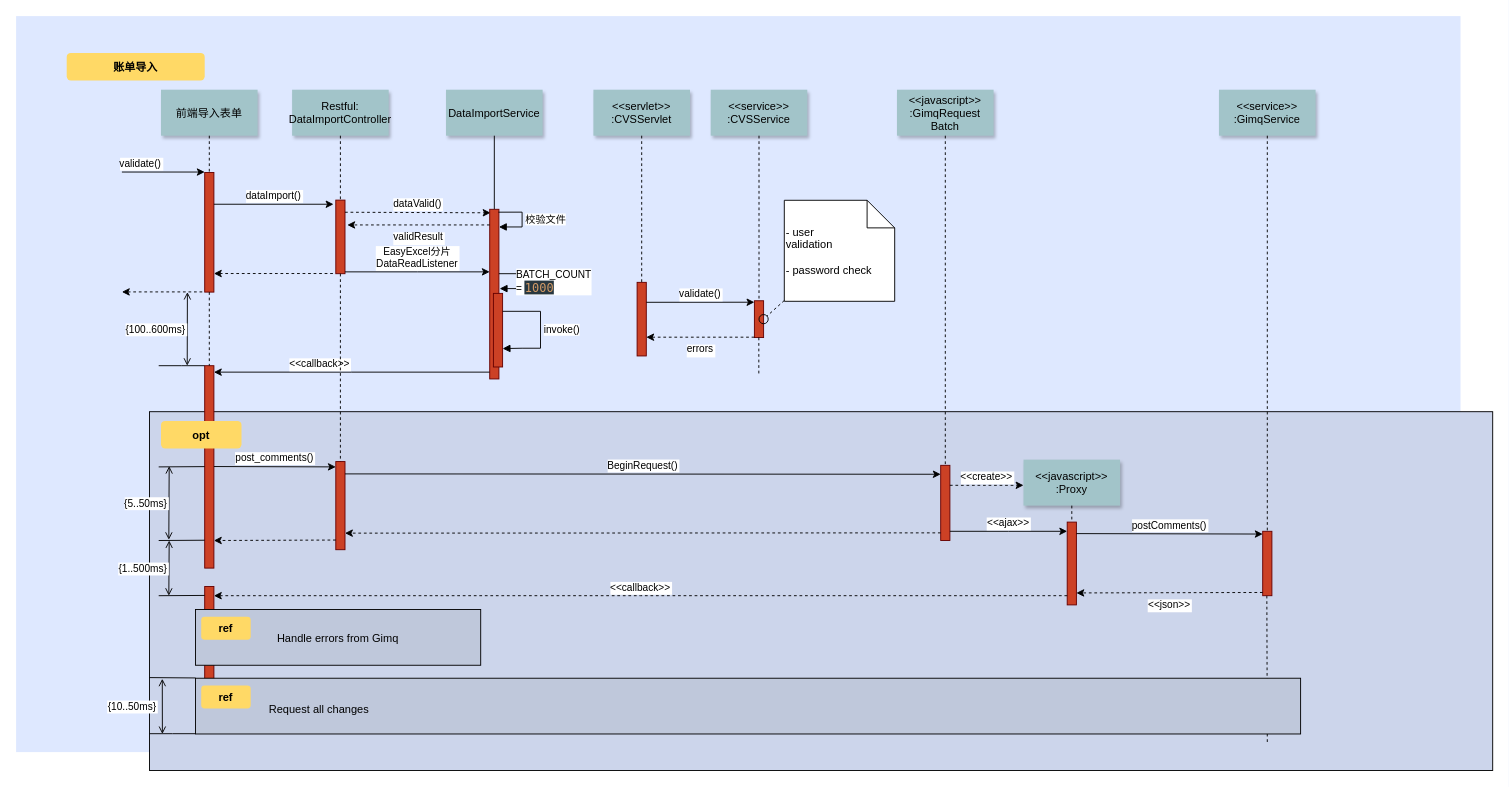
Before: 渠道账单导入.drawio in unclequentin/diagrams, a draw.io diagram. Source tidied: cells renumbered, new cells numbered last; positions are measured from the earlier drawing's top-left corner, leaving out a move shared by most shapes. Both pictures are drawn from the tidied source at 92%, with x=0, y=0 at pixel (16, 16).
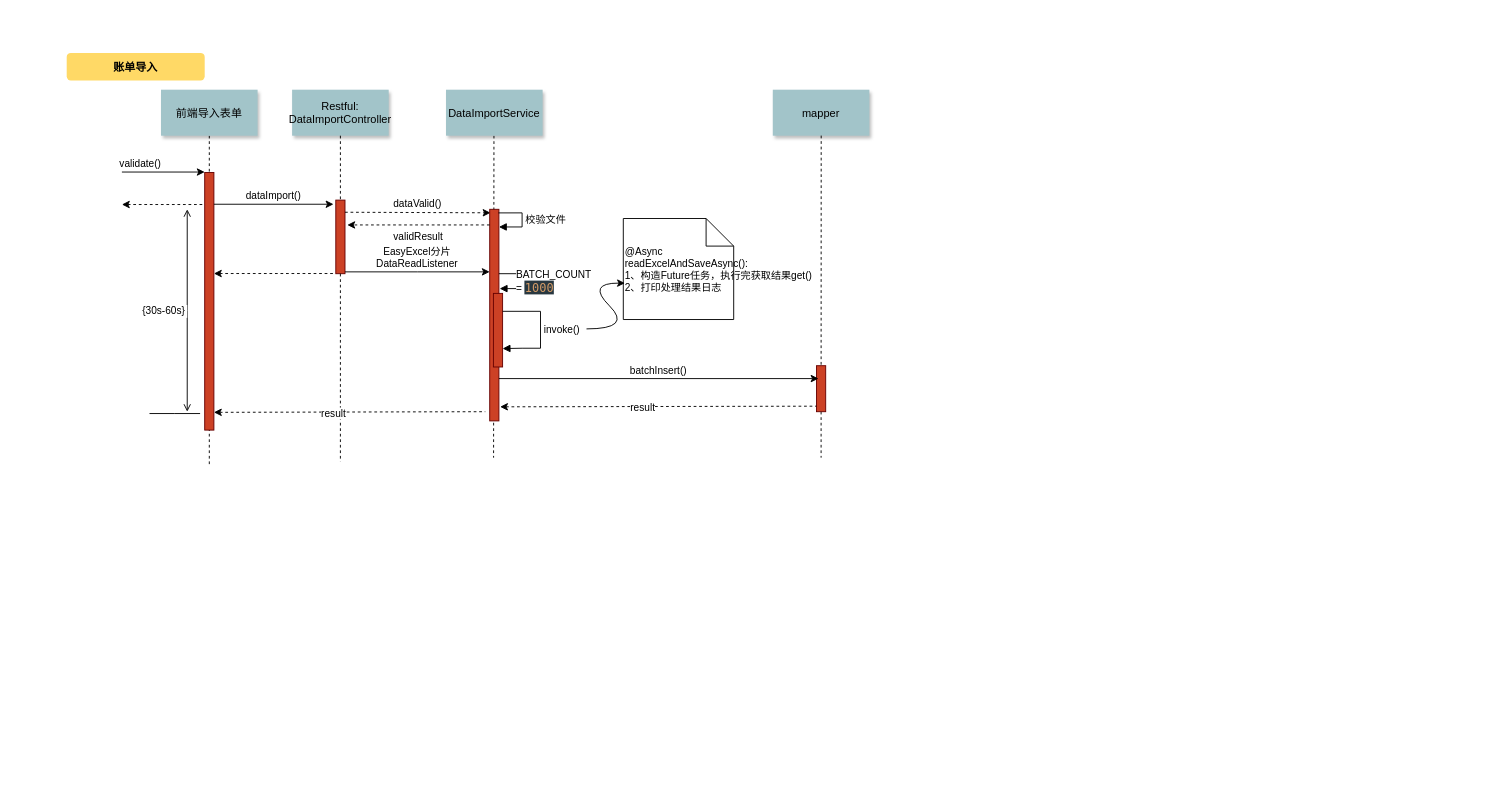
After the change.

Commit message (it also covers changes not shown here):
更新渠道账单导入.drawio

The change refers to these unchanged cells:
```xml
<mxCell id="7" value="前端导入表单" style="shadow=1;fillColor=#A2C4C9;strokeColor=none;" parent="1" vertex="1">
  <mxGeometry x="157.5" y="80" width="105" height="50" as="geometry" />
</mxCell>
<mxCell id="8" style="fillColor=#CC4125;strokeColor=#660000;" parent="1" vertex="1">
  <mxGeometry x="347.5" y="200" width="10" height="80" as="geometry" />
</mxCell>
<mxCell id="15" value="DataImportService" style="shadow=1;fillColor=#A2C4C9;strokeColor=none;" parent="1" vertex="1">
  <mxGeometry x="467.3" y="80" width="105" height="50" as="geometry" />
</mxCell>
```

What changed in the source:
```diff
@@
-    <mxCell id="2" style="fillColor=#DEE8FF;strokeColor=none;" parent="1" vertex="1">
-      <mxGeometry width="1570" height="800" as="geometry" />
-    </mxCell>
-    <mxCell id="3" style="fillColor=#CCD5EB;" parent="1" vertex="1">
-      <mxGeometry x="145" y="430" width="1460" height="390" as="geometry" />
-    </mxCell>
-    <mxCell id="4" style="edgeStyle=elbowEdgeStyle;elbow=horizontal;endArrow=none;dashed=1;rounded=0;" parent="1" edge="1">
-      <mxGeometry x="1565" y="527.9" as="geometry">
-        <mxPoint x="1359.5" y="630" as="sourcePoint" />
-        <mxPoint x="1359.5" y="790" as="targetPoint" />
-      </mxGeometry>
-    </mxCell>
+    <mxCell id="26" style="edgeStyle=elbowEdgeStyle;elbow=horizontal;endArrow=none;dashed=1;rounded=0;" parent="1" edge="1" source="7">
+      <mxGeometry x="335" y="400" as="geometry">
+        <mxPoint x="210" y="490" as="targetPoint" />
+      </mxGeometry>
+    </mxCell>
+    <mxCell id="78" style="edgeStyle=none;endArrow=none;dashed=1;rounded=0;" parent="1" edge="1" source="84">
+      <mxGeometry x="899.4" y="254.9" as="geometry">
+        <mxPoint x="875" y="480" as="targetPoint" />
+      </mxGeometry>
+    </mxCell>
+    <mxCell id="79" style="edgeStyle=none;endArrow=none;dashed=1;rounded=0;" parent="1" edge="1">
+      <mxGeometry x="543.8" y="255" as="geometry">
+        <mxPoint x="519.4" y="130" as="sourcePoint" />
+        <mxPoint x="519" y="480" as="targetPoint" />
+      </mxGeometry>
+    </mxCell>
     <mxCell id="5" style="fillColor=#CC4125;strokeColor=#660000;" parent="1" vertex="1">
-      <mxGeometry x="205" y="170" width="10" height="130" as="geometry" />
+      <mxGeometry x="205" y="170" width="10" height="280" as="geometry" />
     </mxCell>
@@
     <mxCell id="13" style="edgeStyle=none;verticalLabelPosition=top;verticalAlign=bottom;labelPosition=left;align=right;endArrow=none;startArrow=classic;dashed=1;rounded=0;" parent="1" edge="1">
-      <mxGeometry x="215" y="269.8" as="geometry">
-        <mxPoint x="115" y="299.8" as="sourcePoint" />
-        <mxPoint x="205" y="299.8" as="targetPoint" />
+      <mxGeometry x="215" y="174.8" as="geometry">
+        <mxPoint x="115" y="204.8" as="sourcePoint" />
+        <mxPoint x="205" y="204.8" as="targetPoint" />
       </mxGeometry>
     </mxCell>
@@
-    <mxCell id="16" style="edgeStyle=none;endArrow=none;rounded=0;" parent="1" edge="1" source="15" target="17">
-      <mxGeometry x="542" y="360" as="geometry" />
-    </mxCell>
     <mxCell id="17" style="fillColor=#CC4125;strokeColor=#660000;" parent="1" vertex="1">
-      <mxGeometry x="514.8" y="210" width="10" height="184.4" as="geometry" />
+      <mxGeometry x="514.8" y="210" width="10" height="230" as="geometry" />
     </mxCell>
@@
-    <mxCell id="19" style="fillColor=#CC4125;strokeColor=#660000;" parent="1" vertex="1">
-      <mxGeometry x="675" y="289.4" width="10" height="80" as="geometry" />
-    </mxCell>
-    <mxCell id="20" value="&lt;&lt;servlet&gt;&gt;&#10;:CVSServlet" style="shadow=1;fillColor=#A2C4C9;strokeColor=none;" parent="1" vertex="1">
-      <mxGeometry x="627.5" y="80" width="105" height="50" as="geometry" />
-    </mxCell>
-    <mxCell id="21" style="edgeStyle=none;endArrow=none;dashed=1;rounded=0;" parent="1" edge="1" source="20" target="19">
-      <mxGeometry x="719.5" y="265" as="geometry" />
-    </mxCell>
-    <mxCell id="22" value="&lt;&lt;service&gt;&gt;&#10;:CVSService" style="shadow=1;fillColor=#A2C4C9;strokeColor=none;" parent="1" vertex="1">
-      <mxGeometry x="755" y="80" width="105" height="50" as="geometry" />
-    </mxCell>
-    <mxCell id="23" style="edgeStyle=none;endArrow=none;dashed=1;rounded=0;" parent="1" edge="1" source="22" target="24">
-      <mxGeometry x="832.3" y="255" as="geometry" />
-    </mxCell>
-    <mxCell id="24" style="fillColor=#CC4125;strokeColor=#660000;" parent="1" vertex="1">
-      <mxGeometry x="802.5" y="309.4" width="10" height="40" as="geometry" />
-    </mxCell>
-    <mxCell id="25" value="&lt;&lt;javascript&gt;&gt;&#10;:GimqRequest&#10;Batch" style="shadow=1;fillColor=#A2C4C9;strokeColor=none;" parent="1" vertex="1">
-      <mxGeometry x="957.5" y="80" width="105" height="50" as="geometry" />
-    </mxCell>
-    <mxCell id="26" style="edgeStyle=elbowEdgeStyle;elbow=horizontal;endArrow=none;dashed=1;rounded=0;" parent="1" edge="1" source="7" target="5">
-      <mxGeometry x="335" y="400" as="geometry" />
-    </mxCell>
-    <mxCell id="27" value="validate()" style="edgeStyle=elbowEdgeStyle;elbow=vertical;verticalLabelPosition=top;verticalAlign=bottom;rounded=0;" parent="1" edge="1">
-      <mxGeometry x="655" y="351.7" as="geometry">
-        <mxPoint x="685" y="311.1" as="sourcePoint" />
-        <mxPoint x="802.5" y="311.1" as="targetPoint" />
-      </mxGeometry>
-    </mxCell>
-    <mxCell id="28" value="errors" style="edgeStyle=elbowEdgeStyle;elbow=vertical;dashed=1;verticalLabelPosition=bottom;verticalAlign=top;rounded=0;" parent="1" edge="1">
-      <mxGeometry x="665" y="399.7" as="geometry">
-        <mxPoint x="802.5" y="349" as="sourcePoint" />
-        <mxPoint x="685" y="349" as="targetPoint" />
-      </mxGeometry>
-    </mxCell>
-    <mxCell id="29" style="edgeStyle=elbowEdgeStyle;elbow=horizontal;endArrow=none;dashed=1;rounded=0;" parent="1" edge="1">
-      <mxGeometry x="1037.3" y="330" as="geometry">
-        <mxPoint x="807.3" y="349.4" as="sourcePoint" />
-        <mxPoint x="807.3" y="390" as="targetPoint" />
-        <Array as="points">
-          <mxPoint x="807.3" y="370" />
-        </Array>
-      </mxGeometry>
-    </mxCell>
-    <mxCell id="30" style="ellipse;fillColor=none;" parent="1" vertex="1">
-      <mxGeometry x="807.5" y="324.4" width="10" height="10" as="geometry" />
-    </mxCell>
-    <mxCell id="31" value=" - user&#10; validation&#10;&#10; - password check" style="shape=note;align=left;" parent="1" vertex="1">
-      <mxGeometry x="835" y="200.2" width="120" height="109.8" as="geometry" />
-    </mxCell>
-    <mxCell id="32" style="edgeStyle=none;endArrow=none;dashed=1;rounded=0;" parent="1" edge="1" source="31" target="30">
-      <mxGeometry x="1135" y="270" as="geometry" />
-    </mxCell>
-    <mxCell id="33" style="fillColor=#CC4125;strokeColor=#660000;" parent="1" vertex="1">
-      <mxGeometry x="205" y="380" width="10" height="220" as="geometry" />
-    </mxCell>
-    <mxCell id="34" value="             &lt;&lt;callback&gt;&gt;                                " style="edgeStyle=elbowEdgeStyle;elbow=vertical;dashed=0;verticalLabelPosition=top;verticalAlign=bottom;align=right;rounded=0;" parent="1" edge="1" source="17" target="33">
-      <mxGeometry x="295" y="419.8" as="geometry" />
-    </mxCell>
-    <mxCell id="35" style="edgeStyle=none;dashed=1;endArrow=none;rounded=0;" parent="1" edge="1" source="5" target="33">
-      <mxGeometry x="155" y="390" as="geometry" />
-    </mxCell>
-    <mxCell id="36" style="edgeStyle=elbowEdgeStyle;elbow=vertical;endArrow=none;rounded=0;" parent="1" edge="1" source="33">
-      <mxGeometry x="165" y="400" as="geometry">
-        <mxPoint x="155" y="380" as="targetPoint" />
+    <mxCell id="36" style="edgeStyle=elbowEdgeStyle;elbow=vertical;endArrow=none;rounded=0;" parent="1" edge="1">
+      <mxGeometry x="155" y="452" as="geometry">
+        <mxPoint x="200" y="432" as="sourcePoint" />
+        <mxPoint x="145" y="432" as="targetPoint" />
       </mxGeometry>
     </mxCell>
-    <mxCell id="37" value="{100..600ms}" style="edgeStyle=elbowEdgeStyle;elbow=horizontal;startArrow=open;endArrow=open;labelPosition=left;align=right;rounded=0;" parent="1" edge="1">
-      <mxGeometry x="166.2" y="380" as="geometry">
-        <mxPoint x="186.2" y="300" as="sourcePoint" />
-        <mxPoint x="186.2" y="380" as="targetPoint" />
+    <mxCell id="37" value="{30s-60s}" style="edgeStyle=elbowEdgeStyle;elbow=horizontal;startArrow=open;endArrow=open;labelPosition=left;align=right;rounded=0;" parent="1" edge="1">
+      <mxGeometry x="166.2" y="319" as="geometry">
+        <mxPoint x="186" y="210" as="sourcePoint" />
+        <mxPoint x="186" y="430" as="targetPoint" />
       </mxGeometry>
     </mxCell>
-    <mxCell id="38" style="fillColor=#CC4125;strokeColor=#660000;" parent="1" vertex="1">
-      <mxGeometry x="347.5" y="484.2" width="10" height="95.8" as="geometry" />
-    </mxCell>
-    <mxCell id="39" style="fillColor=#CC4125;strokeColor=#660000;" parent="1" vertex="1">
-      <mxGeometry x="1005" y="488.3" width="10" height="81.7" as="geometry" />
-    </mxCell>
-    <mxCell id="40" style="edgeStyle=none;endArrow=none;dashed=1;rounded=0;" parent="1" edge="1" source="25" target="39">
-      <mxGeometry x="1061.6" y="295" as="geometry" />
-    </mxCell>
-    <mxCell id="41" value="post_comments()" style="edgeStyle=elbowEdgeStyle;elbow=vertical;verticalLabelPosition=top;verticalAlign=bottom;rounded=0;" parent="1" edge="1">
-      <mxGeometry x="317.5" y="559.6" as="geometry">
-        <mxPoint x="215" y="489.6" as="sourcePoint" />
-        <mxPoint x="347.5" y="489.6" as="targetPoint" />
-      </mxGeometry>
-    </mxCell>
-    <mxCell id="42" style="edgeStyle=none;endArrow=none;dashed=1;rounded=0;" parent="1" edge="1" source="8" target="38">
-      <mxGeometry x="481.6" y="429.7" as="geometry" />
+    <mxCell id="42" style="edgeStyle=none;endArrow=none;dashed=1;rounded=0;" parent="1" edge="1" source="8">
+      <mxGeometry x="481.6" y="429.7" as="geometry">
+        <mxPoint x="352.5" y="484.2" as="targetPoint" />
+      </mxGeometry>
     </mxCell>
-    <mxCell id="43" value="BeginRequest()" style="edgeStyle=elbowEdgeStyle;elbow=vertical;verticalLabelPosition=top;verticalAlign=bottom;rounded=0;" parent="1" edge="1">
-      <mxGeometry x="635" y="526.8" as="geometry">
-        <mxPoint x="357.5" y="497.6" as="sourcePoint" />
-        <mxPoint x="1005" y="497.6" as="targetPoint" />
-      </mxGeometry>
-    </mxCell>
-    <mxCell id="44" style="edgeStyle=elbowEdgeStyle;elbow=vertical;dashed=1;verticalLabelPosition=bottom;verticalAlign=top;rounded=0;" parent="1" edge="1">
-      <mxGeometry x="635" y="639.1" as="geometry">
-        <mxPoint x="1005" y="561.7" as="sourcePoint" />
-        <mxPoint x="357.5" y="561.7" as="targetPoint" />
-      </mxGeometry>
-    </mxCell>
-    <mxCell id="45" value="&lt;&lt;javascript&gt;&gt;&#10;:Proxy" style="shadow=1;fillColor=#A2C4C9;strokeColor=none;" parent="1" vertex="1">
-      <mxGeometry x="1095" y="482.1" width="105" height="50" as="geometry" />
-    </mxCell>
-    <mxCell id="46" style="edgeStyle=none;endArrow=none;dashed=1;rounded=0;" parent="1" edge="1" source="45" target="47">
-      <mxGeometry x="1309.1" y="470.1" as="geometry" />
-    </mxCell>
-    <mxCell id="47" style="fillColor=#CC4125;strokeColor=#660000;" parent="1" vertex="1">
-      <mxGeometry x="1142.5" y="550" width="10" height="90" as="geometry" />
-    </mxCell>
-    <mxCell id="48" style="fillColor=#CC4125;strokeColor=#660000;" parent="1" vertex="1">
-      <mxGeometry x="1355" y="560" width="10" height="70" as="geometry" />
-    </mxCell>
-    <mxCell id="49" value="&lt;&lt;create&gt;&gt;" style="edgeStyle=elbowEdgeStyle;elbow=vertical;verticalLabelPosition=top;verticalAlign=bottom;dashed=1;rounded=0;" parent="1" edge="1" source="39" target="45">
-      <mxGeometry x="1006.2" y="412.5" as="geometry" />
-    </mxCell>
-    <mxCell id="50" value="&lt;&lt;ajax&gt;&gt;" style="edgeStyle=elbowEdgeStyle;elbow=vertical;verticalLabelPosition=top;verticalAlign=bottom;rounded=0;" parent="1" edge="1" source="39" target="47">
-      <mxGeometry x="1170" y="449.5" as="geometry" />
-    </mxCell>
-    <mxCell id="51" value="postComments()" style="edgeStyle=elbowEdgeStyle;elbow=vertical;verticalLabelPosition=top;verticalAlign=bottom;rounded=0;" parent="1" edge="1">
-      <mxGeometry x="1330" y="399.5" as="geometry">
-        <mxPoint x="1152.5" y="562.5" as="sourcePoint" />
-        <mxPoint x="1355" y="562.5" as="targetPoint" />
-      </mxGeometry>
-    </mxCell>
-    <mxCell id="52" value="&lt;&lt;json&gt;&gt;" style="edgeStyle=elbowEdgeStyle;elbow=vertical;dashed=1;verticalLabelPosition=bottom;verticalAlign=top;rounded=0;" parent="1" edge="1">
-      <mxGeometry x="1180" y="486" as="geometry">
-        <mxPoint x="1355" y="626.5" as="sourcePoint" />
-        <mxPoint x="1152.5" y="626.5" as="targetPoint" />
-      </mxGeometry>
-    </mxCell>
-    <mxCell id="53" value="&lt;&lt;service&gt;&gt;&#10;:GimqService" style="shadow=1;fillColor=#A2C4C9;strokeColor=none;" parent="1" vertex="1">
-      <mxGeometry x="1307.5" y="80" width="105" height="50" as="geometry" />
-    </mxCell>
-    <mxCell id="54" style="edgeStyle=none;endArrow=none;dashed=1;rounded=0;" parent="1" edge="1" source="53" target="48">
-      <mxGeometry x="1279.1" y="300" as="geometry" />
-    </mxCell>
-    <mxCell id="55" style="fillColor=#CC4125;strokeColor=#660000;" parent="1" vertex="1">
-      <mxGeometry x="205" y="620" width="10" height="130" as="geometry" />
-    </mxCell>
-    <mxCell id="56" style="edgeStyle=elbowEdgeStyle;elbow=vertical;dashed=1;verticalLabelPosition=bottom;verticalAlign=top;rounded=0;" parent="1" edge="1">
-      <mxGeometry x="612.5" y="754.3" as="geometry">
-        <mxPoint x="347.5" y="569.5" as="sourcePoint" />
-        <mxPoint x="215" y="569.5" as="targetPoint" />
-      </mxGeometry>
-    </mxCell>
-    <mxCell id="57" value="&lt;&lt;callback&gt;&gt;" style="edgeStyle=elbowEdgeStyle;elbow=vertical;dashed=1;verticalLabelPosition=bottom;verticalAlign=bottom;rounded=0;" parent="1" edge="1" source="47" target="55">
-      <mxGeometry x="645" y="649.1" as="geometry" />
-    </mxCell>
@@
-    <mxCell id="59" value="opt" style="rounded=1;fontStyle=1;fillColor=#FFD966;strokeColor=none;" parent="1" vertex="1">
-      <mxGeometry x="157.5" y="440" width="87.5" height="30" as="geometry" />
-    </mxCell>
-    <mxCell id="60" value="Handle errors from Gimq" style="fillColor=#BFC8DB;" parent="1" vertex="1">
-      <mxGeometry x="195" y="645" width="310" height="60.6" as="geometry" />
-    </mxCell>
-    <mxCell id="61" value="ref" style="rounded=1;fontStyle=1;fillColor=#FFD966;strokeColor=none;" parent="1" vertex="1">
-      <mxGeometry x="201.2" y="652.9" width="53.8" height="25" as="geometry" />
-    </mxCell>
-    <mxCell id="62" style="align=left;fillColor=#BFC8DB;" parent="1" vertex="1">
-      <mxGeometry x="195" y="719.7" width="1201.2" height="60.6" as="geometry" />
-    </mxCell>
-    <mxCell id="63" value="ref" style="rounded=1;fontStyle=1;fillColor=#FFD966;strokeColor=none;" parent="1" vertex="1">
-      <mxGeometry x="201.2" y="727.6" width="53.8" height="25" as="geometry" />
-    </mxCell>
-    <mxCell id="64" value="Request all changes" style="text;align=left;" parent="1" vertex="1">
-      <mxGeometry x="273.1" y="740.1" width="351.8" height="26" as="geometry" />
-    </mxCell>
-    <mxCell id="65" style="edgeStyle=elbowEdgeStyle;elbow=vertical;endArrow=none;rounded=0;" parent="1" edge="1">
-      <mxGeometry x="165" y="509.7" as="geometry">
-        <mxPoint x="205" y="489.7" as="sourcePoint" />
-        <mxPoint x="155" y="489.7" as="targetPoint" />
-      </mxGeometry>
-    </mxCell>
-    <mxCell id="66" style="edgeStyle=elbowEdgeStyle;elbow=vertical;endArrow=none;rounded=0;" parent="1" edge="1">
-      <mxGeometry x="165" y="589.7" as="geometry">
-        <mxPoint x="205" y="569.7" as="sourcePoint" />
-        <mxPoint x="155" y="569.7" as="targetPoint" />
-      </mxGeometry>
-    </mxCell>
-    <mxCell id="67" style="edgeStyle=elbowEdgeStyle;elbow=vertical;endArrow=none;rounded=0;" parent="1" edge="1">
-      <mxGeometry x="165" y="649.7" as="geometry">
-        <mxPoint x="205" y="629.7" as="sourcePoint" />
-        <mxPoint x="155" y="629.7" as="targetPoint" />
-      </mxGeometry>
-    </mxCell>
-    <mxCell id="68" style="edgeStyle=elbowEdgeStyle;elbow=vertical;endArrow=none;rounded=0;" parent="1" edge="1">
-      <mxGeometry x="155" y="739.4" as="geometry">
-        <mxPoint x="195" y="719.4" as="sourcePoint" />
-        <mxPoint x="145" y="719.4" as="targetPoint" />
-      </mxGeometry>
-    </mxCell>
-    <mxCell id="69" style="edgeStyle=elbowEdgeStyle;elbow=vertical;endArrow=none;rounded=0;" parent="1" edge="1">
-      <mxGeometry x="155" y="800" as="geometry">
-        <mxPoint x="195" y="780" as="sourcePoint" />
-        <mxPoint x="145" y="780" as="targetPoint" />
-      </mxGeometry>
-    </mxCell>
-    <mxCell id="70" value="{5..50ms}" style="edgeStyle=elbowEdgeStyle;elbow=horizontal;startArrow=open;endArrow=open;labelPosition=left;align=right;rounded=0;" parent="1" edge="1">
-      <mxGeometry x="146.4" y="569.2" as="geometry">
-        <mxPoint x="166.4" y="489.2" as="sourcePoint" />
-        <mxPoint x="166.4" y="569.2" as="targetPoint" />
-      </mxGeometry>
-    </mxCell>
-    <mxCell id="71" value="{1..500ms}" style="edgeStyle=elbowEdgeStyle;elbow=horizontal;startArrow=open;endArrow=open;labelPosition=left;align=right;rounded=0;" parent="1" edge="1">
-      <mxGeometry x="147.9" y="650" as="geometry">
-        <mxPoint x="166.4" y="570" as="sourcePoint" />
-        <mxPoint x="166.4" y="630" as="targetPoint" />
-      </mxGeometry>
-    </mxCell>
-    <mxCell id="72" value="{10..50ms}" style="edgeStyle=elbowEdgeStyle;elbow=horizontal;startArrow=open;endArrow=open;labelPosition=left;align=right;rounded=0;" parent="1" edge="1">
-      <mxGeometry x="105" y="90" as="geometry">
-        <mxPoint x="158.9" y="720.3" as="sourcePoint" />
-        <mxPoint x="158.9" y="780.3" as="targetPoint" />
-        <mxPoint x="-4.2" y="-0.3" as="offset" />
-      </mxGeometry>
-    </mxCell>
@@
+    <mxCell id="80" value="@Async&#10;readExcelAndSaveAsync():&#10;1、构造Future任务，执行完获取结果get()&#10;2、打印处理结果日志" style="shape=note;align=left;fontSize=11;" parent="1" vertex="1">
+      <mxGeometry x="660" y="220" width="120" height="109.8" as="geometry" />
+    </mxCell>
+    <mxCell id="81" style="curved=1;endArrow=classic;html=1;rounded=0;entryX=0.015;entryY=0.64;entryDx=0;entryDy=0;entryPerimeter=0;" parent="1" edge="1" target="80">
+      <mxGeometry relative="1" as="geometry">
+        <mxPoint x="620" y="340" as="sourcePoint" />
+        <Array as="points">
+          <mxPoint x="670" y="340" />
+          <mxPoint x="620" y="290" />
+        </Array>
+      </mxGeometry>
+    </mxCell>
+    <mxCell id="82" value="mapper" style="shadow=1;fillColor=#A2C4C9;strokeColor=none;" parent="1" vertex="1">
+      <mxGeometry x="822.5" y="80" width="105" height="50" as="geometry" />
+    </mxCell>
+    <mxCell id="83" style="edgeStyle=none;endArrow=none;dashed=1;rounded=0;" parent="1" edge="1" target="84">
+      <mxGeometry x="899.4" y="254.9" as="geometry">
+        <mxPoint x="875.1" y="129.9" as="sourcePoint" />
+      </mxGeometry>
+    </mxCell>
+    <mxCell id="84" style="fillColor=#CC4125;strokeColor=#660000;" parent="1" vertex="1">
+      <mxGeometry x="870" y="380" width="10" height="50" as="geometry" />
+    </mxCell>
+    <mxCell id="85" value="batchInsert()" style="edgeStyle=elbowEdgeStyle;elbow=vertical;verticalLabelPosition=top;verticalAlign=bottom;rounded=0;entryX=0.224;entryY=0.947;entryDx=0;entryDy=0;entryPerimeter=0;" parent="1" edge="1">
+      <mxGeometry x="622.3" y="529" as="geometry">
+        <mxPoint x="524.8" y="394" as="sourcePoint" />
+        <mxPoint x="872.2" y="394.8" as="targetPoint" />
+      </mxGeometry>
+    </mxCell>
+    <mxCell id="86" style="edgeStyle=none;verticalLabelPosition=top;verticalAlign=bottom;endArrow=none;startArrow=classic;dashed=1;rounded=0;exitX=1.133;exitY=0.916;exitDx=0;exitDy=0;exitPerimeter=0;" parent="1" edge="1">
+      <mxGeometry x="850" y="406.5" as="geometry">
+        <mxPoint x="526.1" y="424.7" as="sourcePoint" />
+        <mxPoint x="870" y="424" as="targetPoint" />
+      </mxGeometry>
+    </mxCell>
+    <mxCell id="87" value="result" style="edgeLabel;html=1;align=center;verticalAlign=middle;" parent="86" vertex="1">
+      <mxGeometry relative="1" as="geometry">
+        <mxPoint x="-18" y="1" as="offset" />
+      </mxGeometry>
+    </mxCell>
+    <mxCell id="88" style="edgeStyle=none;verticalLabelPosition=top;verticalAlign=bottom;endArrow=none;startArrow=classic;dashed=1;rounded=0;exitX=1.133;exitY=0.916;exitDx=0;exitDy=0;exitPerimeter=0;" parent="1" edge="1">
+      <mxGeometry x="538.9" y="412.5" as="geometry">
+        <mxPoint x="215" y="430.7" as="sourcePoint" />
+        <mxPoint x="510" y="430" as="targetPoint" />
+      </mxGeometry>
+    </mxCell>
+    <mxCell id="89" value="result" style="edgeLabel;html=1;align=center;verticalAlign=middle;" parent="88" vertex="1">
+      <mxGeometry relative="1" as="geometry">
+        <mxPoint x="-18" y="1" as="offset" />
+      </mxGeometry>
+    </mxCell>
```
